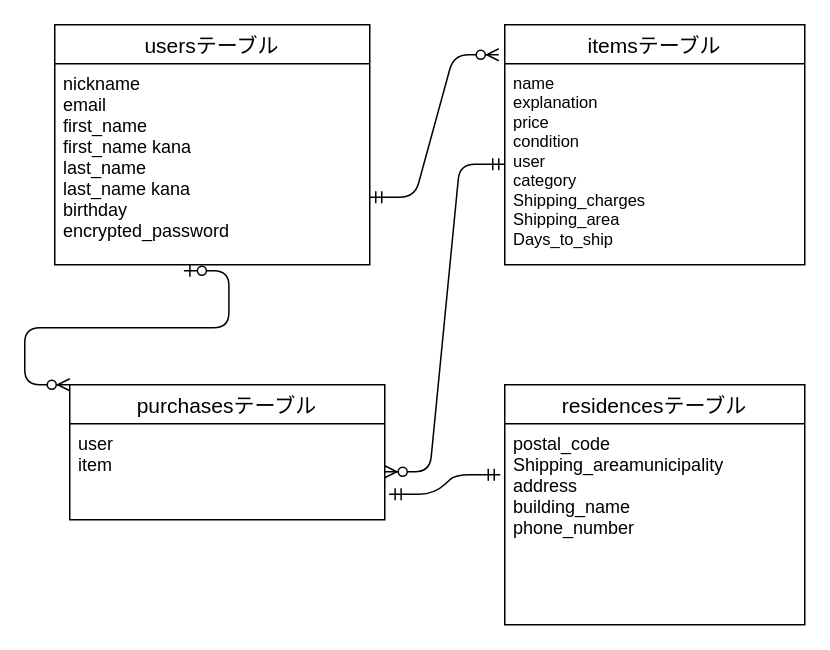
Above: test.dio in taka0126ito/furima-36424 (draw.io), before the change. Source tidied: cells renumbered, new cells numbered last; positions are measured from the earlier drawing's top-left corner, leaving out a move shared by most shapes. Both pictures are drawn from the tidied source at 150%, with x=0, y=0 at pixel (54, 24).
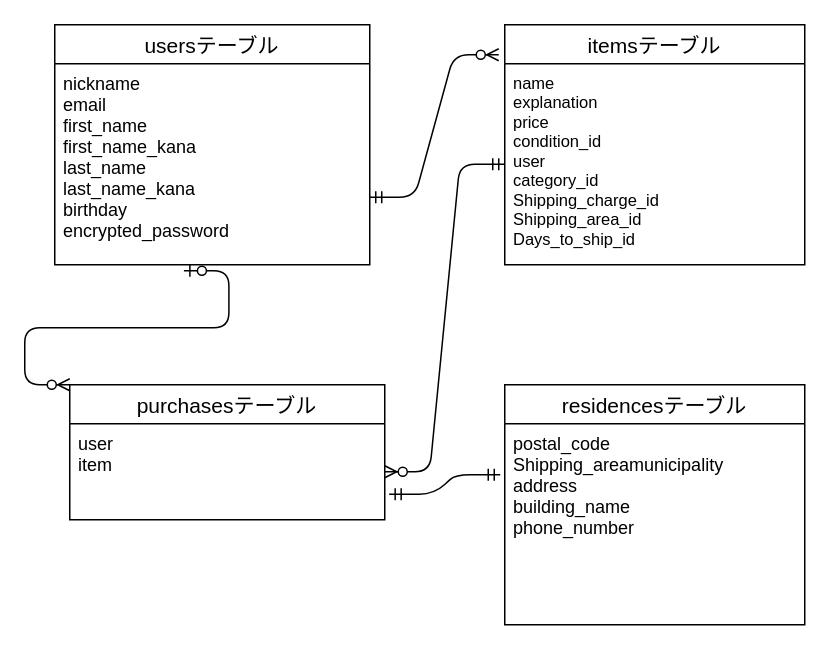
The same page after the edit.

Commit message (it also covers changes not shown here):
データベース修正

The edit, as a diff of the source:
```diff
@@
 <mxGraphModel>
   <root>
     <mxCell id="0" />
     <mxCell id="1" parent="0" />
     <mxCell id="2" value="usersテーブル" style="swimlane;fontStyle=0;horizontal=1;startSize=26;align=center;fontSize=14;" parent="1" vertex="1">
       <mxGeometry width="210" height="160" as="geometry" />
     </mxCell>
-    <mxCell id="3" value="nickname&#10;email &#10;first_name&#10;first_name kana&#10;last_name&#10;last_name kana&#10;birthday&#10;encrypted_password&#10;&#10;&#10;" style="text;strokeColor=none;fillColor=none;spacingLeft=4;spacingRight=4;overflow=hidden;points=[[0,0.5],[1,0.5]];portConstraint=eastwest;fontSize=12;" parent="2" vertex="1">
+    <mxCell id="3" value="nickname&#10;email &#10;first_name&#10;first_name_kana&#10;last_name&#10;last_name_kana&#10;birthday&#10;encrypted_password&#10;&#10;&#10;" style="text;strokeColor=none;fillColor=none;spacingLeft=4;spacingRight=4;overflow=hidden;points=[[0,0.5],[1,0.5]];portConstraint=eastwest;fontSize=12;" parent="2" vertex="1">
       <mxGeometry y="26" width="210" height="134" as="geometry" />
     </mxCell>
     <mxCell id="4" value="purchasesテーブル" style="swimlane;fontStyle=0;horizontal=1;startSize=26;align=center;fontSize=14;" parent="1" vertex="1">
       <mxGeometry x="10" y="240" width="210" height="90" as="geometry" />
     </mxCell>
     <mxCell id="5" value="user&#10;item&#10;" style="text;strokeColor=none;fillColor=none;spacingLeft=4;spacingRight=4;overflow=hidden;points=[[0,0.5],[1,0.5]];portConstraint=eastwest;fontSize=12;" parent="4" vertex="1">
       <mxGeometry y="26" width="210" height="64" as="geometry" />
     </mxCell>
     <mxCell id="6" value="itemsテーブル" style="swimlane;fontStyle=0;horizontal=1;startSize=26;align=center;fontSize=14;" parent="1" vertex="1">
       <mxGeometry x="300" width="200" height="160" as="geometry" />
     </mxCell>
-    <mxCell id="7" value="name&#10;explanation &#10;price&#10;condition&#10;user&#10;category&#10;Shipping_charges &#10;Shipping_area&#10;Days_to_ship&#10;" style="text;strokeColor=none;fillColor=none;spacingLeft=4;spacingRight=4;overflow=hidden;points=[[0,0.5],[1,0.5]];portConstraint=eastwest;fontSize=11;" parent="6" vertex="1">
+    <mxCell id="7" value="name&#10;explanation &#10;price&#10;condition_id&#10;user&#10;category_id&#10;Shipping_charge_id&#10;Shipping_area_id&#10;Days_to_ship_id&#10;" style="text;strokeColor=none;fillColor=none;spacingLeft=4;spacingRight=4;overflow=hidden;points=[[0,0.5],[1,0.5]];portConstraint=eastwest;fontSize=11;" parent="6" vertex="1">
       <mxGeometry y="26" width="200" height="134" as="geometry" />
     </mxCell>
     <mxCell id="8" value="residencesテーブル" style="swimlane;fontStyle=0;horizontal=1;startSize=26;align=center;fontSize=14;" parent="1" vertex="1">
       <mxGeometry x="300" y="240" width="200" height="160" as="geometry" />
     </mxCell>
     <mxCell id="9" value="postal_code&#10;Shipping_areamunicipality &#10;address &#10;building_name &#10;phone_number &#10; &#10;" style="text;strokeColor=none;fillColor=none;spacingLeft=4;spacingRight=4;overflow=hidden;points=[[0,0.5],[1,0.5]];portConstraint=eastwest;fontSize=12;" parent="8" vertex="1">
       <mxGeometry y="26" width="200" height="134" as="geometry" />
     </mxCell>
     <mxCell id="10" style="edgeStyle=entityRelationEdgeStyle;fontSize=12;html=1;endArrow=ERzeroToMany;startArrow=ERmandOne;" parent="1" edge="1">
       <mxGeometry relative="1" as="geometry">
         <mxPoint x="210" y="115" as="sourcePoint" />
         <mxPoint x="296" y="20" as="targetPoint" />
       </mxGeometry>
     </mxCell>
     <mxCell id="11" style="edgeStyle=entityRelationEdgeStyle;fontSize=12;html=1;endArrow=ERzeroToMany;startArrow=ERzeroToOne;exitX=0.41;exitY=1.03;exitDx=0;exitDy=0;exitPerimeter=0;" parent="1" edge="1" source="3">
       <mxGeometry relative="1" as="geometry">
         <mxPoint x="10" y="240" as="targetPoint" />
       </mxGeometry>
     </mxCell>
     <mxCell id="12" style="edgeStyle=entityRelationEdgeStyle;fontSize=12;html=1;endArrow=ERzeroToMany;startArrow=ERmandOne;" parent="1" edge="1" source="7" target="5">
       <mxGeometry relative="1" as="geometry" />
     </mxCell>
     <mxCell id="13" style="edgeStyle=entityRelationEdgeStyle;fontSize=12;html=1;endArrow=ERmandOne;startArrow=ERmandOne;entryX=-0.015;entryY=0.254;entryDx=0;entryDy=0;entryPerimeter=0;exitX=1.014;exitY=0.734;exitDx=0;exitDy=0;exitPerimeter=0;" parent="1" edge="1" source="5" target="9">
       <mxGeometry relative="1" as="geometry" />
     </mxCell>
   </root>
 </mxGraphModel>
```
